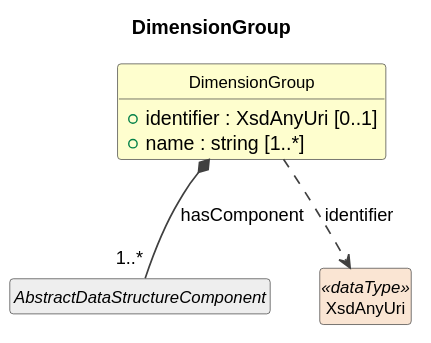
This is cdif-uml-model/cdifDataStructure/Classes/DimensionGroup.svg from Cross-Domain-Interoperability-Framework/metadataBuildingBlocks, a PlantUML export, as it was before one commit.
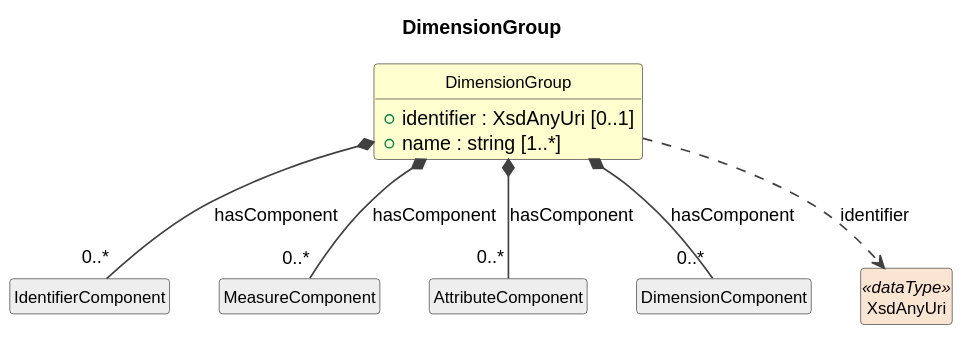
After the change.

Diff of the diagram source:
```diff
@@ -14,8 +14,14 @@
   +identifier : XsdAnyUri [0..1]
   +name : string [1..*]
 }
-abstract class "AbstractDataStructureComponent" as AbstractDataStructureComponent #EEEEEE
-DimensionGroup *-- "1..*" AbstractDataStructureComponent : hasComponent
+class "IdentifierComponent" as IdentifierComponent #EEEEEE
+DimensionGroup *-- "0..*" IdentifierComponent : hasComponent
+class "MeasureComponent" as MeasureComponent #EEEEEE
+DimensionGroup *-- "0..*" MeasureComponent : hasComponent
+class "AttributeComponent" as AttributeComponent #EEEEEE
+DimensionGroup *-- "0..*" AttributeComponent : hasComponent
+class "DimensionComponent" as DimensionComponent #EEEEEE
+DimensionGroup *-- "0..*" DimensionComponent : hasComponent
 class "XsdAnyUri" as XsdAnyUri <<dataType>> #FAE5D3
 DimensionGroup ..> XsdAnyUri : identifier
 @enduml
```
